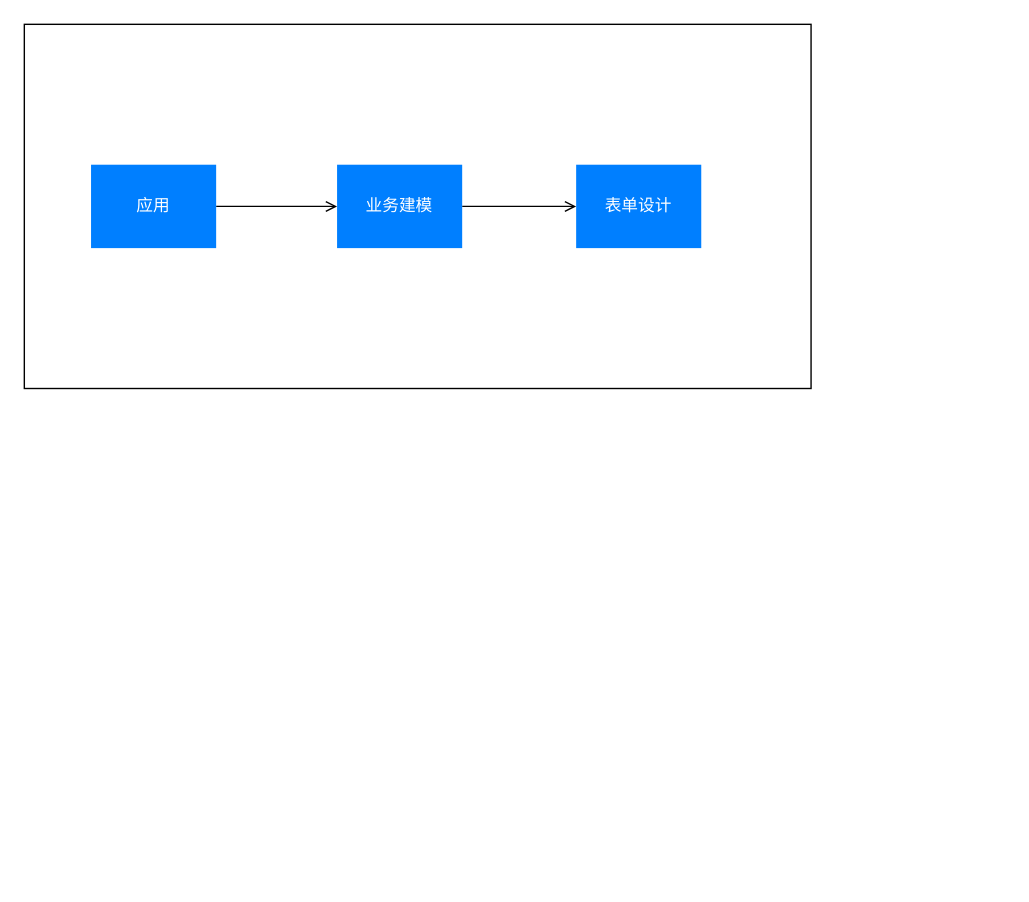
The draw.io diagram docs/LCDP.drawio in lokiworks/codebase, before the edit. Source tidied: cells renumbered, new cells numbered last; positions are measured from the earlier drawing's top-left corner, leaving out a move shared by most shapes. Both pictures are drawn from the tidied source at 139%, with x=0, y=0 at pixel (24, 24).
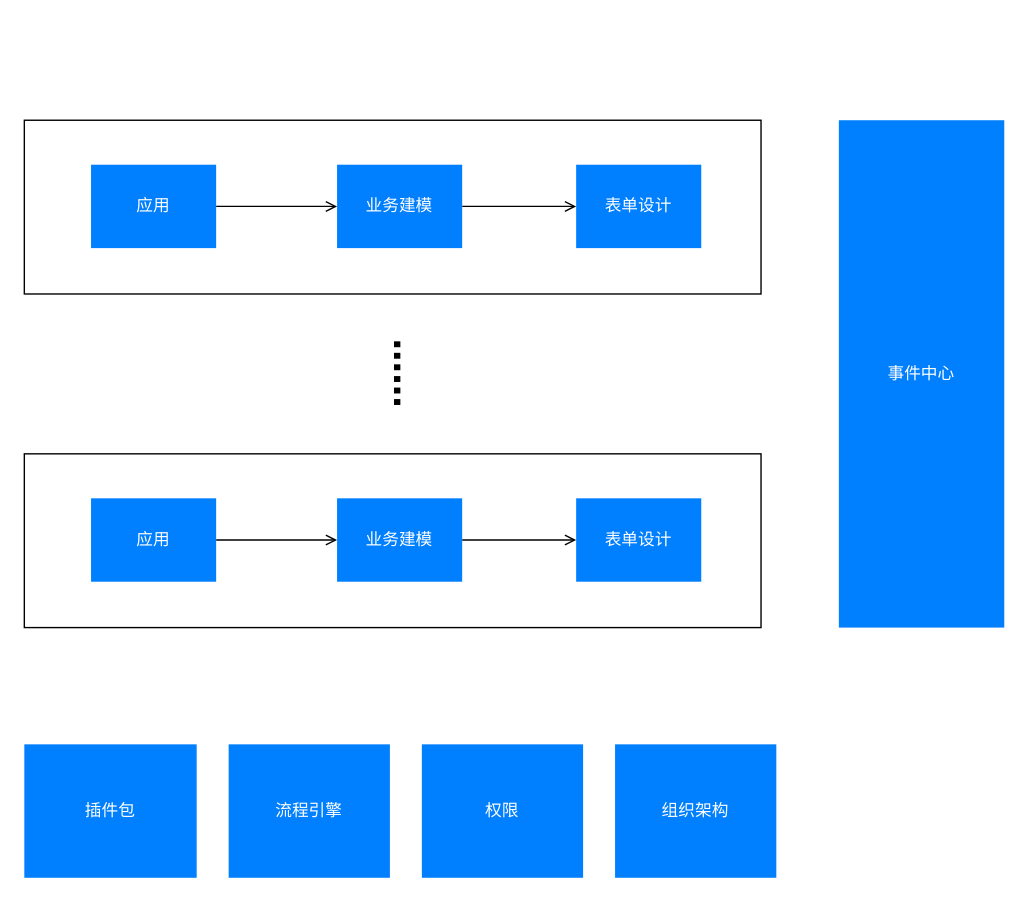
After the change.

What changed in the source:
```diff
@@
 <mxGraphModel>
   <root>
     <mxCell id="0" />
     <mxCell id="1" parent="0" />
     <mxCell id="2" style="rounded=0;whiteSpace=wrap;html=1;fontColor=#FFFFFF;fillColor=#FFFFFF;" parent="1" vertex="1">
-      <mxGeometry width="566" height="262" as="geometry" />
+      <mxGeometry y="69" width="530" height="125" as="geometry" />
     </mxCell>
     <mxCell id="3" style="edgeStyle=orthogonalEdgeStyle;rounded=0;jettySize=auto;html=1;exitX=1;exitY=0.5;exitDx=0;exitDy=0;fontColor=#FFFFFF;endArrow=open;endFill=0;" parent="1" edge="1" source="4" target="7">
       <mxGeometry relative="1" as="geometry" />
     </mxCell>
     <mxCell id="4" value="&lt;font color=&quot;#ffffff&quot;&gt;业务建模&lt;/font&gt;" style="rounded=0;whiteSpace=wrap;html=1;fillColor=#007FFF;strokeColor=none;" parent="1" vertex="1">
       <mxGeometry x="225" y="101" width="90" height="60" as="geometry" />
     </mxCell>
     <mxCell id="5" style="edgeStyle=orthogonalEdgeStyle;rounded=0;jettySize=auto;html=1;exitX=1;exitY=0.5;exitDx=0;exitDy=0;fontColor=#FFFFFF;endArrow=open;endFill=0;" parent="1" edge="1" source="6" target="4">
       <mxGeometry relative="1" as="geometry" />
     </mxCell>
     <mxCell id="6" value="&lt;font color=&quot;#ffffff&quot;&gt;应用&lt;/font&gt;" style="rounded=0;whiteSpace=wrap;html=1;fillColor=#007FFF;strokeColor=none;" parent="1" vertex="1">
       <mxGeometry x="48" y="101" width="90" height="60" as="geometry" />
     </mxCell>
     <mxCell id="7" value="&lt;font color=&quot;#ffffff&quot;&gt;表单设计&lt;/font&gt;" style="rounded=0;whiteSpace=wrap;html=1;fillColor=#007FFF;strokeColor=none;" parent="1" vertex="1">
       <mxGeometry x="397" y="101" width="90" height="60" as="geometry" />
     </mxCell>
+    <mxCell id="8" value="事件中心" style="rounded=0;whiteSpace=wrap;html=1;fontColor=#FFFFFF;fillColor=#007FFF;strokeColor=none;" parent="1" vertex="1">
+      <mxGeometry x="586" y="69" width="119" height="365" as="geometry" />
+    </mxCell>
+    <mxCell id="9" style="rounded=0;whiteSpace=wrap;html=1;fontColor=#FFFFFF;fillColor=#FFFFFF;" parent="1" vertex="1">
+      <mxGeometry y="309" width="530" height="125" as="geometry" />
+    </mxCell>
+    <mxCell id="10" style="edgeStyle=orthogonalEdgeStyle;rounded=0;jettySize=auto;html=1;exitX=1;exitY=0.5;exitDx=0;exitDy=0;fontColor=#FFFFFF;endArrow=open;endFill=0;" parent="1" edge="1" source="11" target="14">
+      <mxGeometry relative="1" as="geometry" />
+    </mxCell>
+    <mxCell id="11" value="&lt;font color=&quot;#ffffff&quot;&gt;业务建模&lt;/font&gt;" style="rounded=0;whiteSpace=wrap;html=1;fillColor=#007FFF;strokeColor=none;" parent="1" vertex="1">
+      <mxGeometry x="225" y="341" width="90" height="60" as="geometry" />
+    </mxCell>
+    <mxCell id="12" style="edgeStyle=orthogonalEdgeStyle;rounded=0;jettySize=auto;html=1;exitX=1;exitY=0.5;exitDx=0;exitDy=0;fontColor=#FFFFFF;endArrow=open;endFill=0;" parent="1" edge="1" source="13" target="11">
+      <mxGeometry relative="1" as="geometry" />
+    </mxCell>
+    <mxCell id="13" value="&lt;font color=&quot;#ffffff&quot;&gt;应用&lt;/font&gt;" style="rounded=0;whiteSpace=wrap;html=1;fillColor=#007FFF;strokeColor=none;" parent="1" vertex="1">
+      <mxGeometry x="48" y="341" width="90" height="60" as="geometry" />
+    </mxCell>
+    <mxCell id="14" value="&lt;font color=&quot;#ffffff&quot;&gt;表单设计&lt;/font&gt;" style="rounded=0;whiteSpace=wrap;html=1;fillColor=#007FFF;strokeColor=none;" parent="1" vertex="1">
+      <mxGeometry x="397" y="341" width="90" height="60" as="geometry" />
+    </mxCell>
+    <mxCell id="15" value="&lt;font color=&quot;#000000&quot; style=&quot;font-size: 30px;&quot;&gt;&lt;b style=&quot;font-size: 30px;&quot;&gt;......&lt;/b&gt;&lt;/font&gt;" style="text;html=1;strokeColor=none;fillColor=none;align=center;verticalAlign=middle;whiteSpace=wrap;rounded=0;fontColor=#FFFFFF;rotation=90;fontSize=30;" parent="1" vertex="1">
+      <mxGeometry x="244" y="236.1" width="68" height="30.8" as="geometry" />
+    </mxCell>
+    <mxCell id="16" value="插件包" style="rounded=0;whiteSpace=wrap;html=1;fontColor=#FFFFFF;fillColor=#007FFF;strokeColor=none;" parent="1" vertex="1">
+      <mxGeometry y="518" width="124" height="96" as="geometry" />
+    </mxCell>
+    <mxCell id="17" value="流程引擎" style="rounded=0;whiteSpace=wrap;html=1;fontColor=#FFFFFF;fillColor=#007FFF;strokeColor=none;" parent="1" vertex="1">
+      <mxGeometry x="147" y="518" width="116" height="96" as="geometry" />
+    </mxCell>
+    <mxCell id="18" value="权限" style="rounded=0;whiteSpace=wrap;html=1;fontColor=#FFFFFF;fillColor=#007FFF;strokeColor=none;" parent="1" vertex="1">
+      <mxGeometry x="286" y="518" width="116" height="96" as="geometry" />
+    </mxCell>
+    <mxCell id="19" value="组织架构" style="rounded=0;whiteSpace=wrap;html=1;fontColor=#FFFFFF;fillColor=#007FFF;strokeColor=none;" parent="1" vertex="1">
+      <mxGeometry x="425" y="518" width="116" height="96" as="geometry" />
+    </mxCell>
   </root>
 </mxGraphModel>
```
